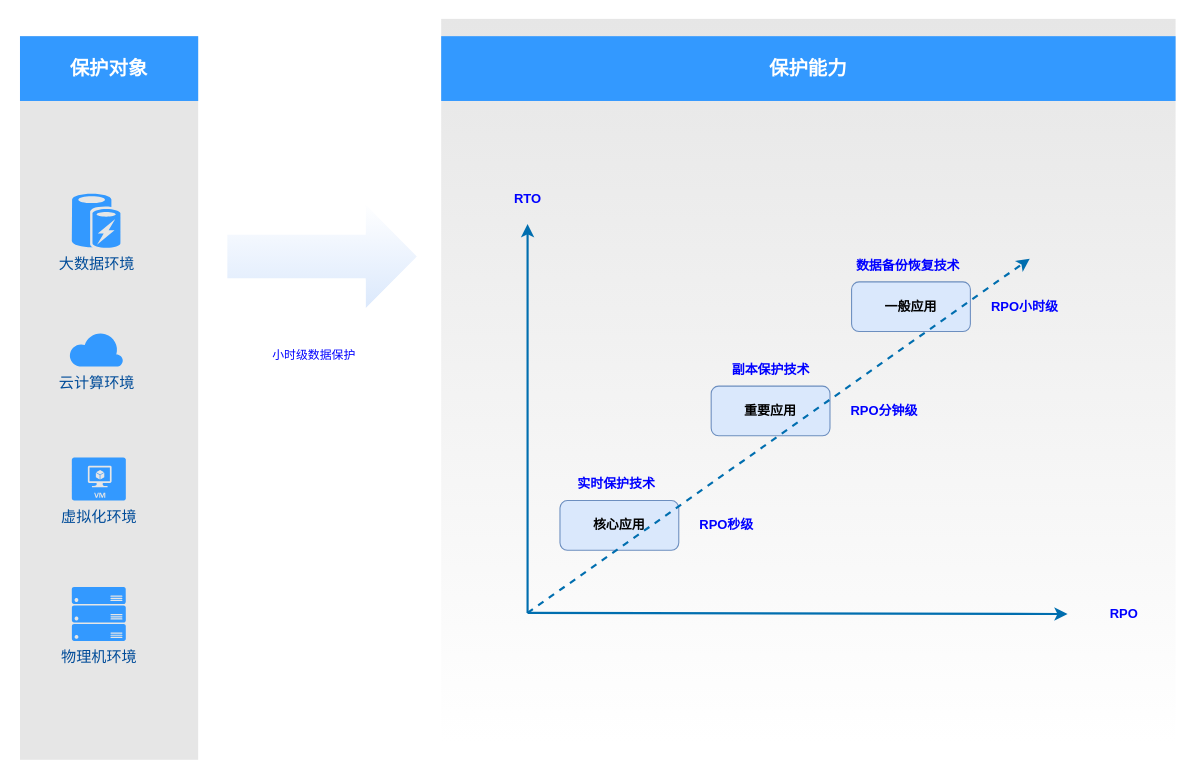
Before: 多元数据保护.drawio in qqshow/drawio, a draw.io diagram. Source tidied: cells renumbered, new cells numbered last; positions are measured from the earlier drawing's top-left corner, leaving out a move shared by most shapes. Both pictures are drawn from the tidied source at 108%, with x=0, y=0 at pixel (19, 18).
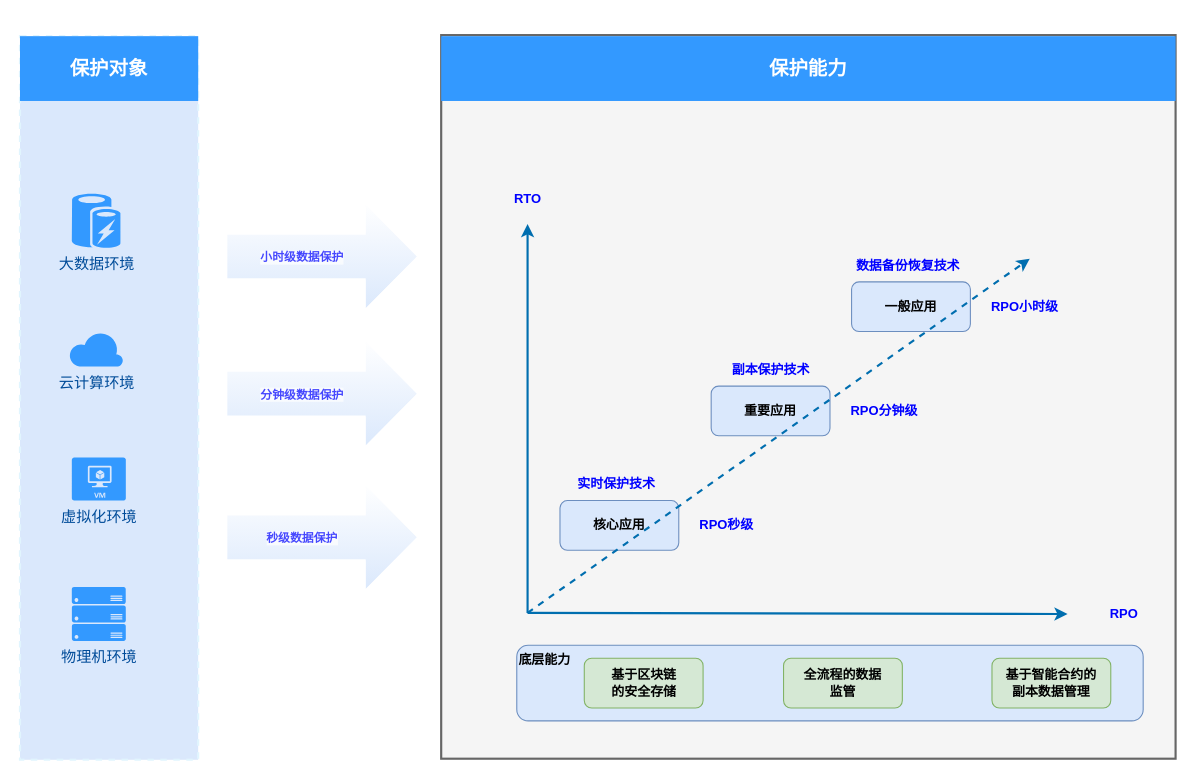
Above is the later version.

Commit message:
Update 多元数据保护.drawio

The change refers to these unchanged cells:
```xml
<mxCell id="24" style="shape=flexArrow;endArrow=classic;html=1;rounded=0;shadow=0;fontColor=#0000FF;strokeWidth=2;endWidth=56.53061224489796;endSize=15.985714285714286;width=41.42857142857143;fillColor=#dae8fc;strokeColor=#FFFFFF;gradientColor=#ffffff;gradientDirection=north;" parent="1" edge="1">
  <mxGeometry relative="1" as="geometry">
    <mxPoint x="190" y="220" as="sourcePoint" />
    <mxPoint x="370" y="220" as="targetPoint" />
    <Array as="points">
      <mxPoint x="280" y="220" />
    </Array>
  </mxGeometry>
</mxCell>
```

The edit, as a diff of the source:
```diff
@@
-    <mxCell id="2" style="rounded=0;whiteSpace=wrap;html=1;dashed=1;strokeColor=none;strokeWidth=2;fillColor=#E6E6E6;fontFamily=Verdana;fontSize=12;fontColor=#00BEF2;" parent="1" vertex="1">
+    <mxCell id="2" style="rounded=0;whiteSpace=wrap;html=1;dashed=1;strokeColor=#E1F5FE;strokeWidth=2;fillColor=#dae8fc;fontFamily=Verdana;fontSize=12;" parent="1" vertex="1">
       <mxGeometry y="16" width="165" height="670" as="geometry" />
     </mxCell>
-    <mxCell id="3" style="rounded=0;whiteSpace=wrap;html=1;dashed=1;strokeColor=none;strokeWidth=2;fillColor=#E6E6E6;fontFamily=Verdana;fontSize=12;fontColor=#00BEF2;gradientColor=#ffffff;" parent="1" vertex="1">
-      <mxGeometry x="390" width="680" height="670" as="geometry" />
+    <mxCell id="3" style="rounded=0;whiteSpace=wrap;html=1;strokeWidth=2;fontFamily=Verdana;fontSize=12;fillColor=#f5f5f5;fontColor=#333333;strokeColor=#666666;" parent="1" vertex="1">
+      <mxGeometry x="390" y="15" width="680" height="670" as="geometry" />
     </mxCell>
@@
-    <mxCell id="25" value="小时级数据保护" style="edgeLabel;html=1;align=center;verticalAlign=middle;fontColor=#0000FF;" parent="24" vertex="1">
+    <mxCell id="25" value="&lt;font face=&quot;Lucida Console&quot;&gt;小时级数据保护&lt;/font&gt;" style="edgeLabel;html=1;align=center;verticalAlign=middle;fontColor=#0000FF;fontStyle=1;textOpacity=70;fontFamily=Verdana;" parent="24" vertex="1">
       <mxGeometry x="-0.31" y="-4" relative="1" as="geometry">
-        <mxPoint x="19" y="86" as="offset" />
+        <mxPoint x="8" y="-4" as="offset" />
       </mxGeometry>
     </mxCell>
+    <mxCell id="26" style="shape=flexArrow;endArrow=classic;html=1;rounded=0;shadow=0;fontColor=#0000FF;strokeWidth=2;endWidth=56.53061224489796;endSize=15.985714285714286;width=41.42857142857143;fillColor=#dae8fc;strokeColor=#FFFFFF;gradientColor=#ffffff;gradientDirection=north;" parent="1" edge="1">
+      <mxGeometry relative="1" as="geometry">
+        <mxPoint x="190" y="347" as="sourcePoint" />
+        <mxPoint x="370" y="347" as="targetPoint" />
+        <Array as="points">
+          <mxPoint x="280" y="347" />
+        </Array>
+      </mxGeometry>
+    </mxCell>
+    <mxCell id="27" value="分钟级数据保护" style="edgeLabel;html=1;align=center;verticalAlign=middle;fontColor=#0000FF;fontStyle=1;textOpacity=70;" parent="26" vertex="1">
+      <mxGeometry x="-0.31" y="-4" relative="1" as="geometry">
+        <mxPoint x="8" y="-4" as="offset" />
+      </mxGeometry>
+    </mxCell>
+    <mxCell id="28" style="shape=flexArrow;endArrow=classic;html=1;rounded=0;shadow=0;fontColor=#0000FF;strokeWidth=2;endWidth=56.53061224489796;endSize=15.985714285714286;width=41.42857142857143;fillColor=#dae8fc;strokeColor=#FFFFFF;gradientColor=#ffffff;gradientDirection=north;" parent="1" edge="1">
+      <mxGeometry relative="1" as="geometry">
+        <mxPoint x="190" y="480" as="sourcePoint" />
+        <mxPoint x="370" y="480" as="targetPoint" />
+        <Array as="points">
+          <mxPoint x="280" y="480" />
+        </Array>
+      </mxGeometry>
+    </mxCell>
+    <mxCell id="29" value="秒级数据保护" style="edgeLabel;html=1;align=center;verticalAlign=middle;fontColor=#0000FF;fontStyle=1;textOpacity=70;" parent="28" vertex="1">
+      <mxGeometry x="-0.31" y="-4" relative="1" as="geometry">
+        <mxPoint x="8" y="-4" as="offset" />
+      </mxGeometry>
+    </mxCell>
+    <mxCell id="30" value="&lt;b&gt;底层能力&lt;/b&gt;" style="rounded=1;whiteSpace=wrap;html=1;shadow=0;labelBackgroundColor=none;labelBorderColor=none;fillColor=#dae8fc;strokeColor=#6c8ebf;align=left;verticalAlign=top;" parent="1" vertex="1">
+      <mxGeometry x="460" y="580" width="580" height="70" as="geometry" />
+    </mxCell>
+    <mxCell id="31" value="&lt;b&gt;基于区块链&lt;br&gt;的安全存储&lt;/b&gt;" style="rounded=1;whiteSpace=wrap;html=1;shadow=0;labelBackgroundColor=none;labelBorderColor=none;fillColor=#d5e8d4;strokeColor=#82b366;" parent="1" vertex="1">
+      <mxGeometry x="522.5" y="592" width="110" height="46" as="geometry" />
+    </mxCell>
+    <mxCell id="32" value="&lt;b&gt;全流程的数据&lt;br&gt;监管&lt;/b&gt;" style="rounded=1;whiteSpace=wrap;html=1;shadow=0;labelBackgroundColor=none;labelBorderColor=none;fillColor=#d5e8d4;strokeColor=#82b366;" parent="1" vertex="1">
+      <mxGeometry x="707" y="592" width="110" height="46" as="geometry" />
+    </mxCell>
+    <mxCell id="33" value="&lt;b&gt;基于智能合约的&lt;br&gt;副本数据管理&lt;br&gt;&lt;/b&gt;" style="rounded=1;whiteSpace=wrap;html=1;shadow=0;labelBackgroundColor=none;labelBorderColor=none;fillColor=#d5e8d4;strokeColor=#82b366;" parent="1" vertex="1">
+      <mxGeometry x="900" y="592" width="110" height="46" as="geometry" />
+    </mxCell>
```
